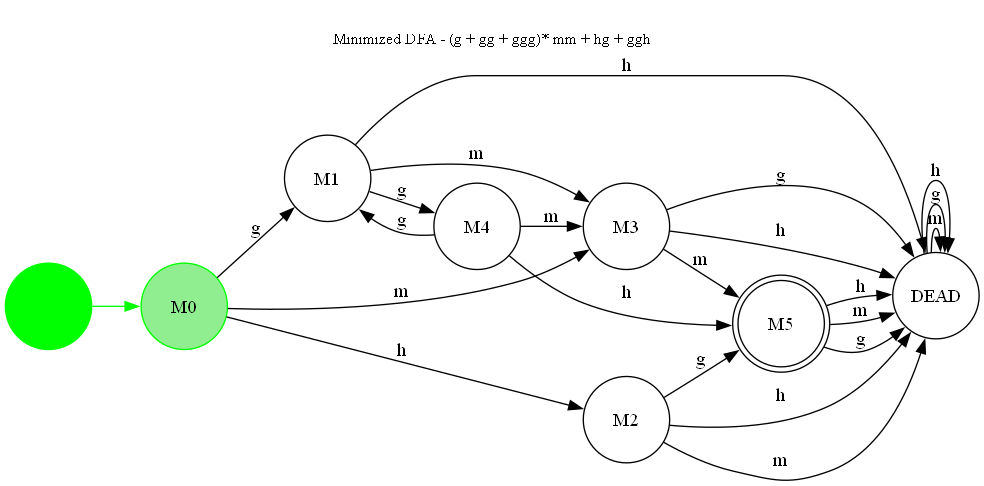
Before: min_dfa.png, a diagram exported from Graphviz (Sharaiz333/Finite_automata_Project). Its source is kept beside it as min_dfa.dot.
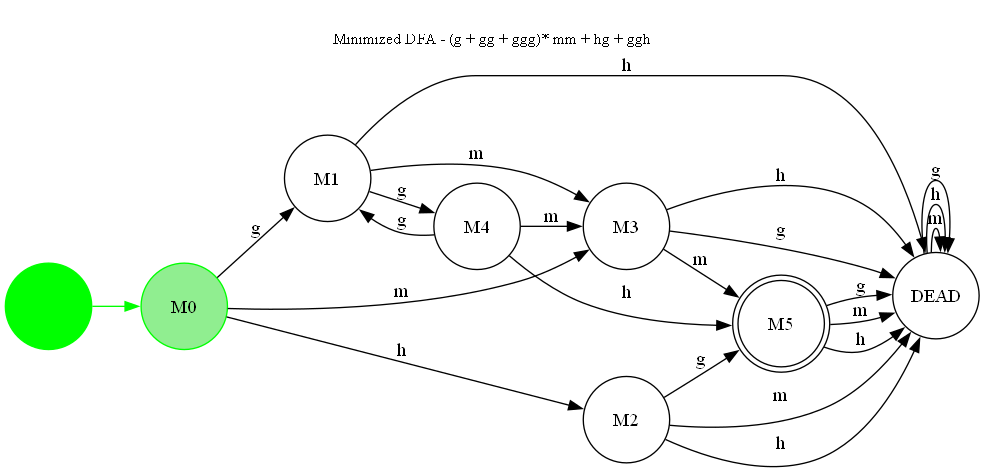
The same file after the commit.

Diff of the diagram source:
```diff
@@ -6,26 +6,26 @@
 M5 [peripheries=2];
   start -> M0 [color=green];
   M0 -> M3 [label="m"];
+  M0 -> M2 [label="h"];
   M0 -> M1 [label="g"];
-  M0 -> M2 [label="h"];
   M1 -> M3 [label="m"];
+  M1 -> DEAD [label="h"];
   M1 -> M4 [label="g"];
-  M1 -> DEAD [label="h"];
   M2 -> DEAD [label="m"];
+  M2 -> DEAD [label="h"];
   M2 -> M5 [label="g"];
-  M2 -> DEAD [label="h"];
   M3 -> M5 [label="m"];
+  M3 -> DEAD [label="h"];
   M3 -> DEAD [label="g"];
-  M3 -> DEAD [label="h"];
   M4 -> M3 [label="m"];
+  M4 -> M5 [label="h"];
   M4 -> M1 [label="g"];
-  M4 -> M5 [label="h"];
   M5 -> DEAD [label="m"];
+  M5 -> DEAD [label="h"];
   M5 -> DEAD [label="g"];
-  M5 -> DEAD [label="h"];
   DEAD -> DEAD [label="m"];
+  DEAD -> DEAD [label="h"];
   DEAD -> DEAD [label="g"];
-  DEAD -> DEAD [label="h"];
   label="\nMinimized DFA - (g + gg + ggg)* mm + hg + ggh";
   labelloc="t";
   fontsize=12;
```
